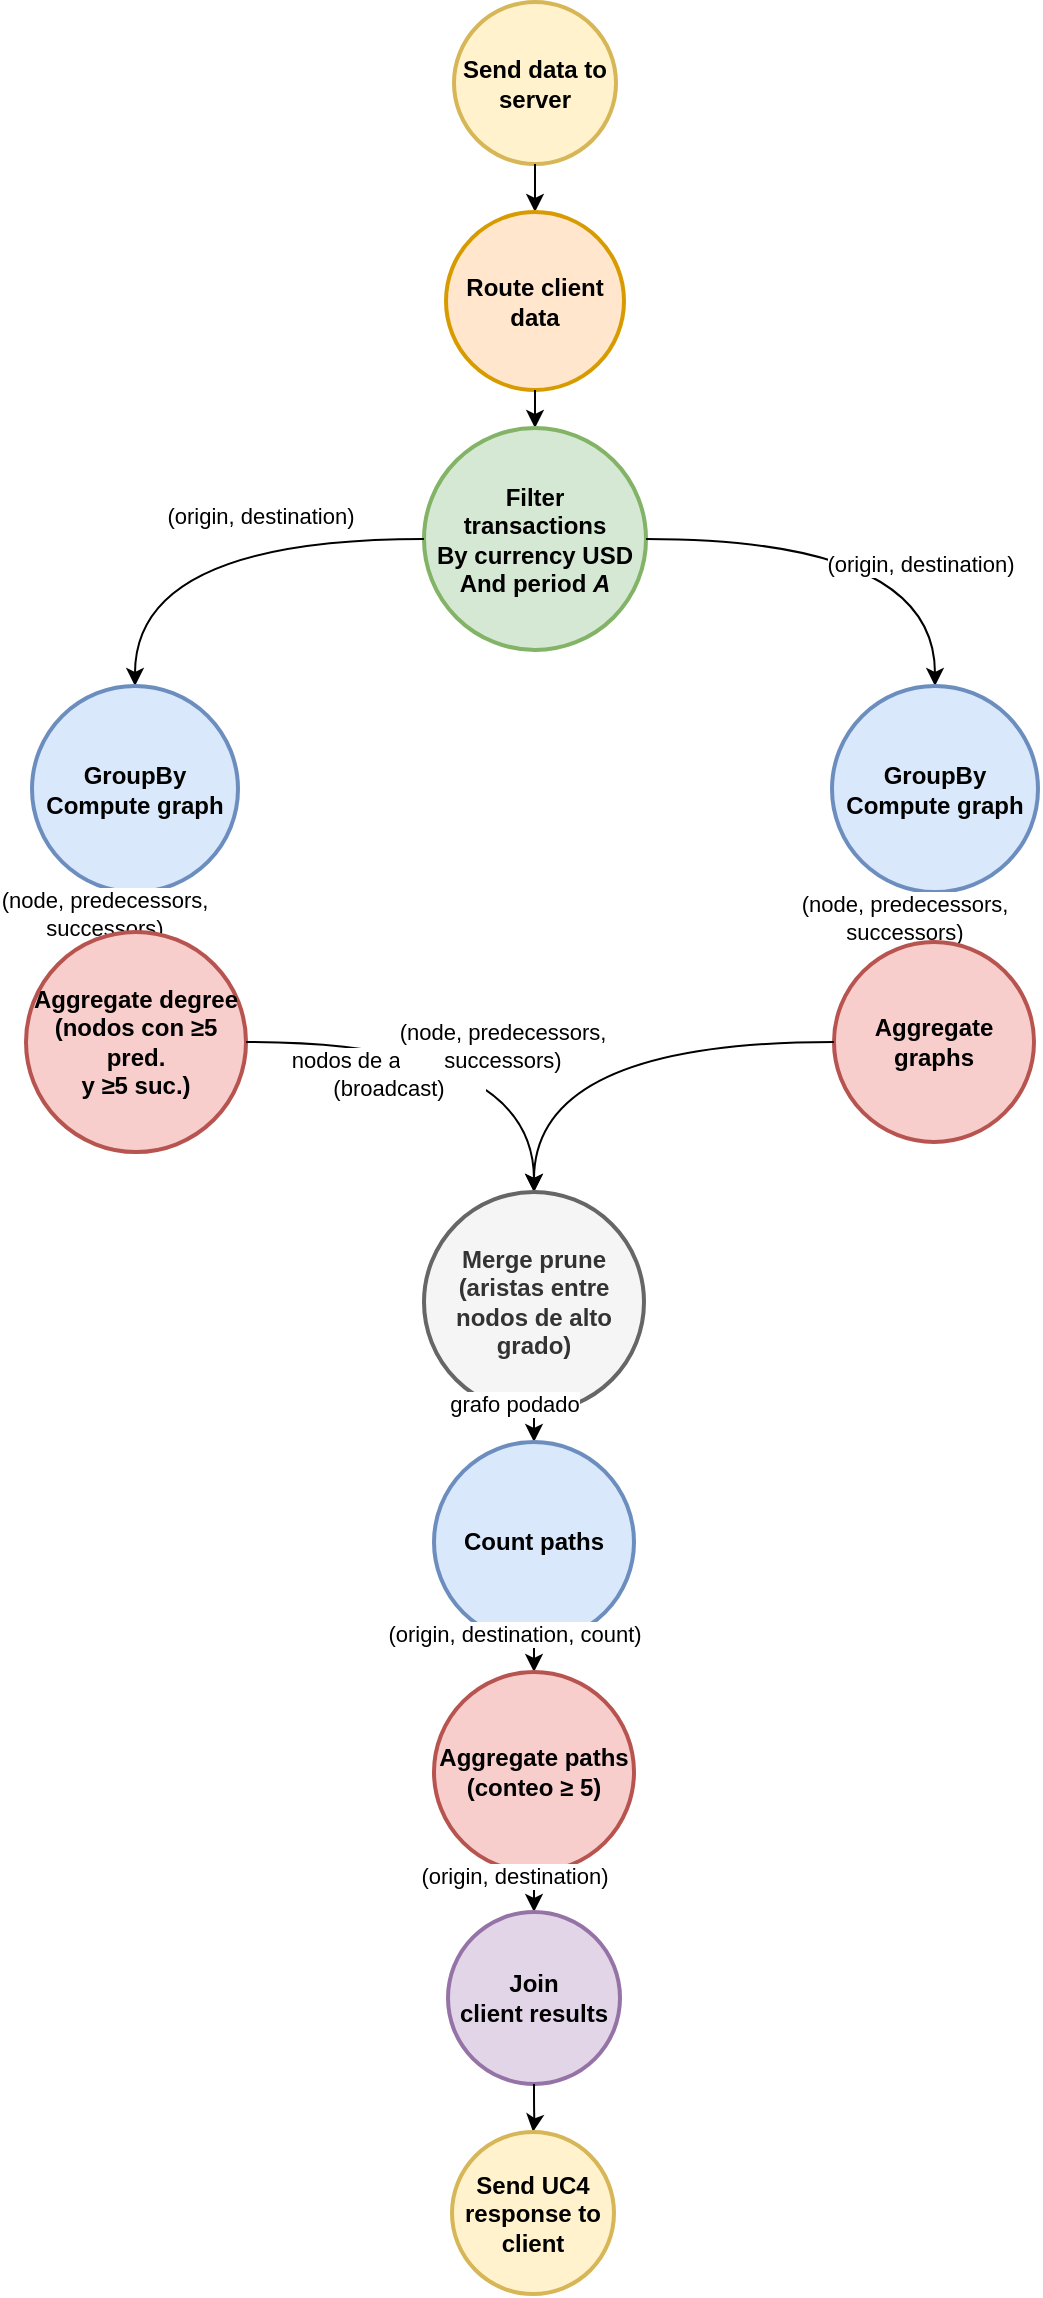
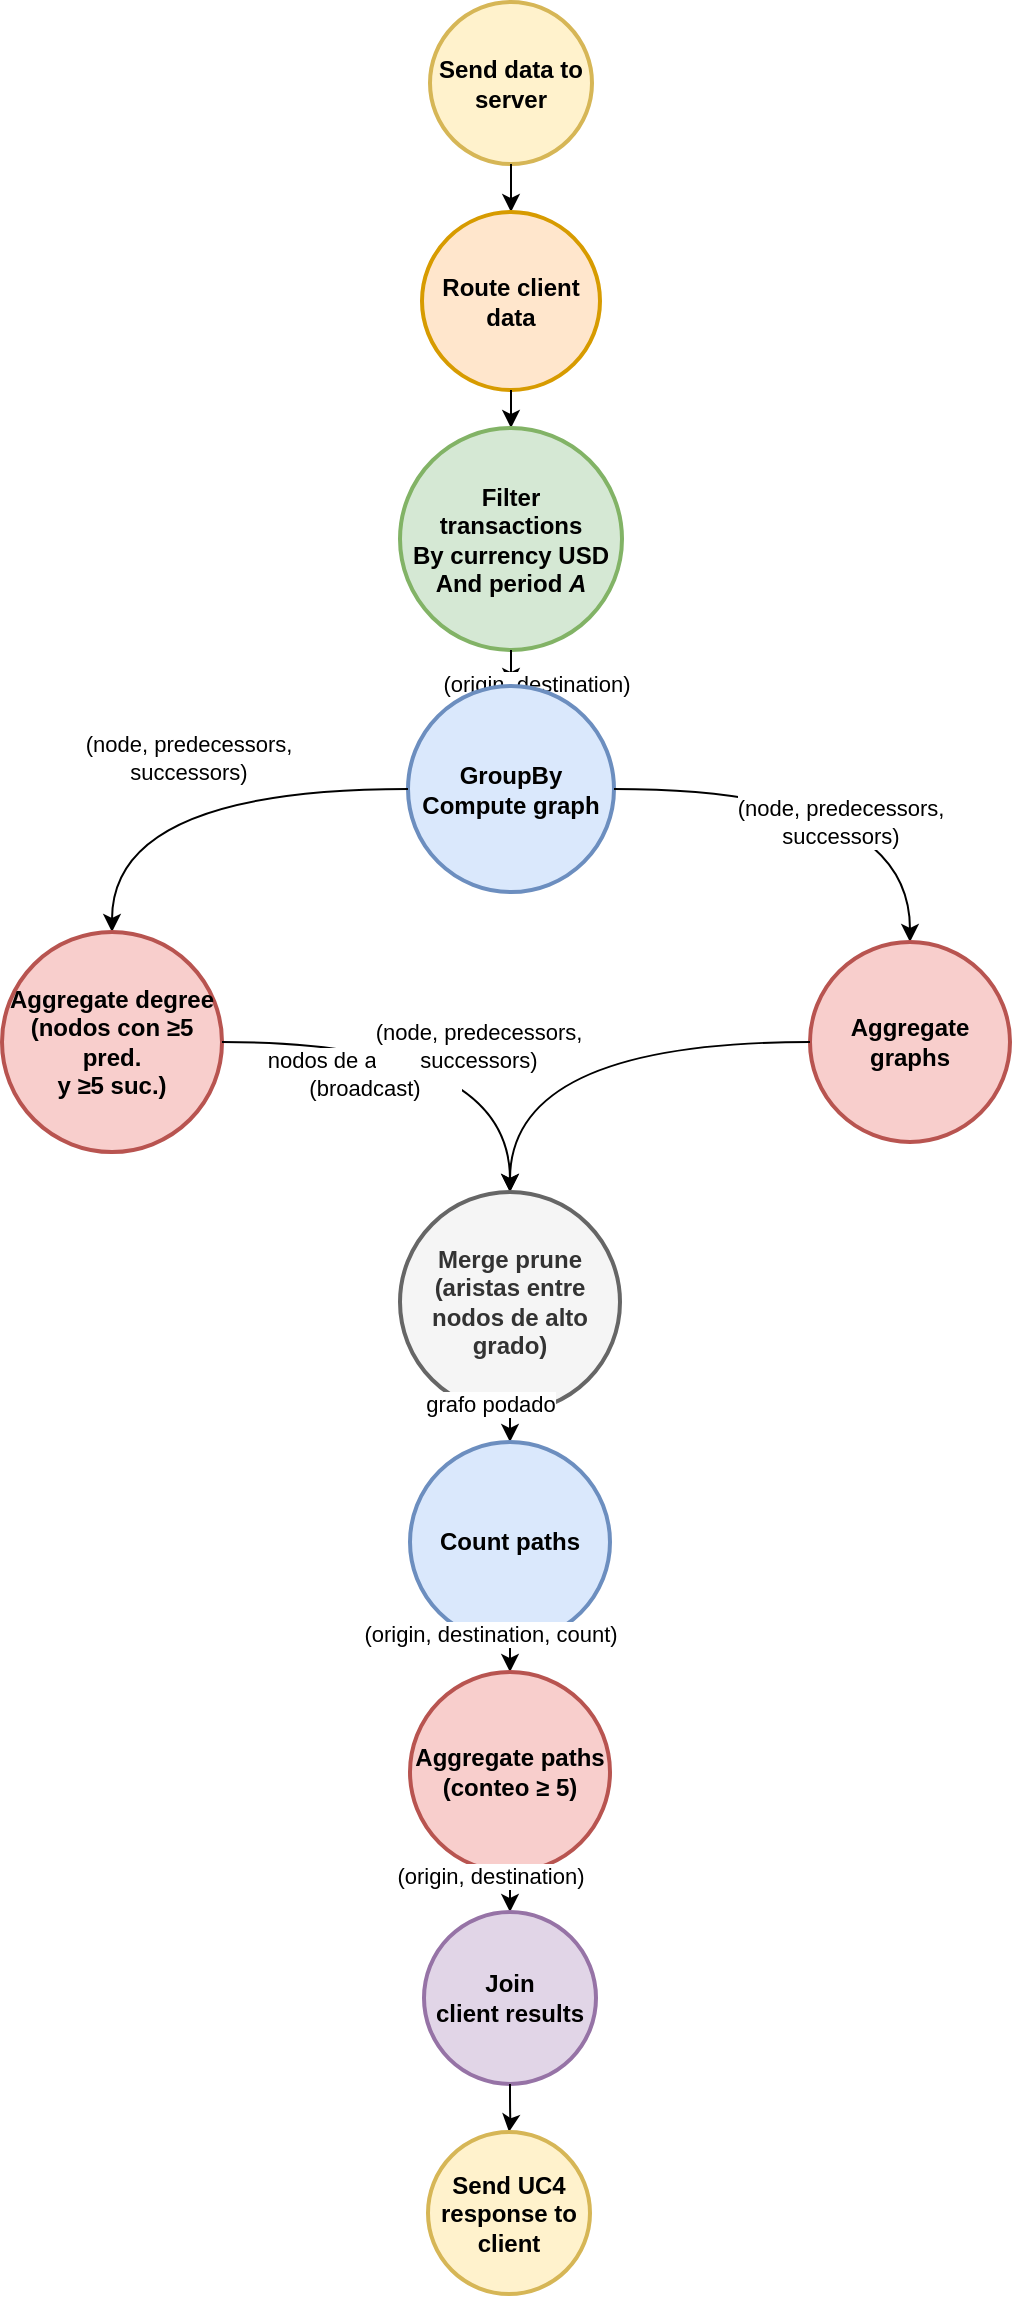
<mxfile host="Electron" version="29.6.1">
  <diagram name="cluster-16" id="cluster-16">
    <mxGraphModel dx="-2990" dy="4608" grid="1" gridSize="10" guides="1" tooltips="1" connect="1" arrows="1" fold="1" page="0" pageScale="1" pageWidth="850" pageHeight="1100" math="0" shadow="0">
      <root>
        <mxCell id="0" />
        <mxCell id="1" parent="0" />


        <mxCell id="u4d-n1" parent="1" style="ellipse;whiteSpace=wrap;html=1;aspect=fixed;strokeWidth=2;fillColor=#fff2cc;strokeColor=#d6b656;fontStyle=1;" value="Send data to&lt;div&gt;server&lt;/div&gt;" vertex="1">
          <mxGeometry height="81" width="81" x="234.00" y="20.00" as="geometry" />
        </mxCell>


        <mxCell id="u4d-e1" edge="1" parent="1" source="u4d-n1" target="u4d-n2" style="edgeStyle=orthogonalEdgeStyle;shape=connector;curved=1;rounded=0;orthogonalLoop=1;jettySize=auto;html=1;strokeColor=default;align=center;verticalAlign=middle;fontFamily=Helvetica;fontSize=11;fontColor=default;labelBackgroundColor=default;endArrow=classic;">
          <mxGeometry relative="1" as="geometry" />
        </mxCell>


        <mxCell id="u4d-n2" parent="1" style="ellipse;whiteSpace=wrap;html=1;aspect=fixed;strokeWidth=2;fillColor=#ffe6cc;strokeColor=#d79b00;fontStyle=1;" value="Route client&lt;div&gt;data&lt;/div&gt;" vertex="1">
          <mxGeometry height="89" width="89" x="230.00" y="125.00" as="geometry" />
        </mxCell>


        <mxCell id="u4d-e2" edge="1" parent="1" source="u4d-n2" target="u4d-n3" style="edgeStyle=orthogonalEdgeStyle;shape=connector;curved=1;rounded=0;orthogonalLoop=1;jettySize=auto;html=1;strokeColor=default;align=center;verticalAlign=middle;fontFamily=Helvetica;fontSize=11;fontColor=default;labelBackgroundColor=default;endArrow=classic;">
          <mxGeometry relative="1" as="geometry" />
        </mxCell>


        <mxCell id="u4d-n3" parent="1" style="ellipse;whiteSpace=wrap;html=1;aspect=fixed;strokeWidth=2;fillColor=#d5e8d4;strokeColor=#82b366;fontStyle=1;" value="&lt;b&gt;Filter&lt;/b&gt;&lt;div&gt;transactions&lt;/div&gt;&lt;div&gt;&lt;b&gt;By&lt;/b&gt; currency USD&lt;/div&gt;&lt;div&gt;&lt;b&gt;And&lt;/b&gt; period &lt;i&gt;A&lt;/i&gt;&lt;/div&gt;" vertex="1">
          <mxGeometry height="111" width="111" x="219.00" y="233.00" as="geometry" />
        </mxCell>


-         <mxCell id="u4d-e3a" edge="1" parent="1" source="u4d-n3" target="u4d-n4a" style="edgeStyle=orthogonalEdgeStyle;shape=connector;curved=1;rounded=0;orthogonalLoop=1;jettySize=auto;html=1;strokeColor=default;align=center;verticalAlign=middle;fontFamily=Helvetica;fontSize=11;fontColor=default;labelBackgroundColor=default;endArrow=classic;">
+         <mxCell id="u4d-e3a" edge="1" parent="1" source="u4d-n3" target="u4d-n4" style="edgeStyle=orthogonalEdgeStyle;shape=connector;curved=1;rounded=0;orthogonalLoop=1;jettySize=auto;html=1;strokeColor=default;align=center;verticalAlign=middle;fontFamily=Helvetica;fontSize=11;fontColor=default;labelBackgroundColor=default;endArrow=classic;">
          <mxGeometry relative="1" as="geometry" />
        </mxCell>
        <mxCell id="u4d-e3a-lbl" connectable="0" parent="u4d-e3a" style="edgeLabel;html=1;align=center;verticalAlign=middle;resizable=0;points=[];fontFamily=Helvetica;fontSize=11;fontColor=default;labelBackgroundColor=default;" value="(origin, destination)" vertex="1">
          <mxGeometry relative="1" x="-0.25" y="-12" as="geometry"><mxPoint as="offset" /></mxGeometry>
        </mxCell>


-         <mxCell id="u4d-e3b" edge="1" parent="1" source="u4d-n3" target="u4d-n4b" style="edgeStyle=orthogonalEdgeStyle;shape=connector;curved=1;rounded=0;orthogonalLoop=1;jettySize=auto;html=1;strokeColor=default;align=center;verticalAlign=middle;fontFamily=Helvetica;fontSize=11;fontColor=default;labelBackgroundColor=default;endArrow=classic;">
-           <mxGeometry relative="1" as="geometry" />
-         </mxCell>
-         <mxCell id="u4d-e3b-lbl" connectable="0" parent="u4d-e3b" style="edgeLabel;html=1;align=center;verticalAlign=middle;resizable=0;points=[];fontFamily=Helvetica;fontSize=11;fontColor=default;labelBackgroundColor=default;" value="(origin, destination)" vertex="1">
-           <mxGeometry relative="1" x="0.25" y="-12" as="geometry"><mxPoint as="offset" /></mxGeometry>
+         <mxCell id="u4d-n4" parent="1" style="ellipse;whiteSpace=wrap;html=1;aspect=fixed;strokeWidth=2;fillColor=#dae8fc;strokeColor=#6c8ebf;fontStyle=1;" value="&lt;b&gt;GroupBy&lt;/b&gt;&lt;div&gt;Compute graph&lt;/div&gt;" vertex="1">
+           <mxGeometry height="103" width="103" x="223.00" y="362.00" as="geometry" />
        </mxCell>


-         <mxCell id="u4d-n4a" parent="1" style="ellipse;whiteSpace=wrap;html=1;aspect=fixed;strokeWidth=2;fillColor=#dae8fc;strokeColor=#6c8ebf;fontStyle=1;" value="&lt;b&gt;GroupBy&lt;/b&gt;&lt;div&gt;Compute graph&lt;/div&gt;" vertex="1">
-           <mxGeometry height="103" width="103" x="23.00" y="362.00" as="geometry" />
-         </mxCell>
- 
- 
-         <mxCell id="u4d-n4b" parent="1" style="ellipse;whiteSpace=wrap;html=1;aspect=fixed;strokeWidth=2;fillColor=#dae8fc;strokeColor=#6c8ebf;fontStyle=1;" value="&lt;b&gt;GroupBy&lt;/b&gt;&lt;div&gt;Compute graph&lt;/div&gt;" vertex="1">
-           <mxGeometry height="103" width="103" x="423.00" y="362.00" as="geometry" />
-         </mxCell>
- 
- 
-         <mxCell id="u4d-e4a" edge="1" parent="1" source="u4d-n4a" target="u4d-n5a" style="edgeStyle=orthogonalEdgeStyle;shape=connector;curved=1;rounded=0;orthogonalLoop=1;jettySize=auto;html=1;strokeColor=default;align=center;verticalAlign=middle;fontFamily=Helvetica;fontSize=11;fontColor=default;labelBackgroundColor=default;endArrow=classic;">
+         <mxCell id="u4d-e4a" edge="1" parent="1" source="u4d-n4" target="u4d-n5a" style="edgeStyle=orthogonalEdgeStyle;shape=connector;curved=1;rounded=0;orthogonalLoop=1;jettySize=auto;html=1;strokeColor=default;align=center;verticalAlign=middle;fontFamily=Helvetica;fontSize=11;fontColor=default;labelBackgroundColor=default;endArrow=classic;">
          <mxGeometry relative="1" as="geometry" />
        </mxCell>
        <mxCell id="u4d-e4a-lbl" connectable="0" parent="u4d-e4a" style="edgeLabel;html=1;align=center;verticalAlign=middle;resizable=0;points=[];fontFamily=Helvetica;fontSize=11;fontColor=default;labelBackgroundColor=default;" value="(node, predecessors,&lt;div&gt;successors)&lt;/div&gt;" vertex="1">
          <mxGeometry relative="1" x="0" y="-16" as="geometry"><mxPoint as="offset" /></mxGeometry>
        </mxCell>


-         <mxCell id="u4d-e4b" edge="1" parent="1" source="u4d-n4b" target="u4d-n5b" style="edgeStyle=orthogonalEdgeStyle;shape=connector;curved=1;rounded=0;orthogonalLoop=1;jettySize=auto;html=1;strokeColor=default;align=center;verticalAlign=middle;fontFamily=Helvetica;fontSize=11;fontColor=default;labelBackgroundColor=default;endArrow=classic;">
+         <mxCell id="u4d-e4b" edge="1" parent="1" source="u4d-n4" target="u4d-n5b" style="edgeStyle=orthogonalEdgeStyle;shape=connector;curved=1;rounded=0;orthogonalLoop=1;jettySize=auto;html=1;strokeColor=default;align=center;verticalAlign=middle;fontFamily=Helvetica;fontSize=11;fontColor=default;labelBackgroundColor=default;endArrow=classic;">
          <mxGeometry relative="1" as="geometry" />
        </mxCell>
        <mxCell id="u4d-e4b-lbl" connectable="0" parent="u4d-e4b" style="edgeLabel;html=1;align=center;verticalAlign=middle;resizable=0;points=[];fontFamily=Helvetica;fontSize=11;fontColor=default;labelBackgroundColor=default;" value="(node, predecessors,&lt;div&gt;successors)&lt;/div&gt;" vertex="1">
          <mxGeometry relative="1" x="0" y="-16" as="geometry"><mxPoint as="offset" /></mxGeometry>
        </mxCell>


        <mxCell id="u4d-n5a" parent="1" style="ellipse;whiteSpace=wrap;html=1;aspect=fixed;strokeWidth=2;fillColor=#f8cecc;strokeColor=#b85450;fontStyle=1;" value="&lt;b&gt;Aggregate degree&lt;/b&gt;&lt;div&gt;(nodos con &amp;#8805;5 pred.&lt;/div&gt;&lt;div&gt;y &amp;#8805;5 suc.)&lt;/div&gt;" vertex="1">
          <mxGeometry height="110" width="110" x="20.00" y="485.00" as="geometry" />
        </mxCell>


        <mxCell id="u4d-n5b" parent="1" style="ellipse;whiteSpace=wrap;html=1;aspect=fixed;strokeWidth=2;fillColor=#f8cecc;strokeColor=#b85450;fontStyle=1;" value="&lt;b&gt;Aggregate&lt;/b&gt;&lt;div&gt;graphs&lt;/div&gt;" vertex="1">
          <mxGeometry height="100" width="100" x="424.00" y="490.00" as="geometry" />
        </mxCell>


        <mxCell id="u4d-e5a" edge="1" parent="1" source="u4d-n5a" target="u4d-n6" style="edgeStyle=orthogonalEdgeStyle;shape=connector;curved=1;rounded=0;orthogonalLoop=1;jettySize=auto;html=1;strokeColor=default;align=center;verticalAlign=middle;fontFamily=Helvetica;fontSize=11;fontColor=default;labelBackgroundColor=default;endArrow=classic;">
          <mxGeometry relative="1" as="geometry" />
        </mxCell>
        <mxCell id="u4d-e5a-lbl" connectable="0" parent="u4d-e5a" style="edgeLabel;html=1;align=center;verticalAlign=middle;resizable=0;points=[];fontFamily=Helvetica;fontSize=11;fontColor=default;labelBackgroundColor=default;" value="nodos de alto grado&lt;div&gt;(broadcast)&lt;/div&gt;" vertex="1">
          <mxGeometry relative="1" x="-0.35" y="-16" as="geometry"><mxPoint as="offset" /></mxGeometry>
        </mxCell>


        <mxCell id="u4d-e5b" edge="1" parent="1" source="u4d-n5b" target="u4d-n6" style="edgeStyle=orthogonalEdgeStyle;shape=connector;curved=1;rounded=0;orthogonalLoop=1;jettySize=auto;html=1;strokeColor=default;align=center;verticalAlign=middle;fontFamily=Helvetica;fontSize=11;fontColor=default;labelBackgroundColor=default;endArrow=classic;">
          <mxGeometry relative="1" as="geometry" />
        </mxCell>
        <mxCell id="u4d-e5b-lbl" connectable="0" parent="u4d-e5b" style="edgeLabel;html=1;align=center;verticalAlign=middle;resizable=0;points=[];fontFamily=Helvetica;fontSize=11;fontColor=default;labelBackgroundColor=default;" value="(node, predecessors,&lt;div&gt;successors)&lt;/div&gt;" vertex="1">
          <mxGeometry relative="1" x="0.35" y="-16" as="geometry"><mxPoint as="offset" /></mxGeometry>
        </mxCell>


        <mxCell id="u4d-n6" parent="1" style="ellipse;whiteSpace=wrap;html=1;aspect=fixed;strokeWidth=2;fillColor=#f5f5f5;strokeColor=#666666;fontColor=#333333;fontStyle=1;" value="&lt;b&gt;Merge prune&lt;/b&gt;&lt;div&gt;(aristas entre&lt;/div&gt;&lt;div&gt;nodos de alto grado)&lt;/div&gt;" vertex="1">
          <mxGeometry height="110" width="110" x="219.00" y="615.00" as="geometry" />
        </mxCell>


        <mxCell id="u4d-e6" edge="1" parent="1" source="u4d-n6" target="u4d-n7" style="edgeStyle=orthogonalEdgeStyle;shape=connector;curved=1;rounded=0;orthogonalLoop=1;jettySize=auto;html=1;strokeColor=default;align=center;verticalAlign=middle;fontFamily=Helvetica;fontSize=11;fontColor=default;labelBackgroundColor=default;endArrow=classic;">
          <mxGeometry relative="1" as="geometry" />
        </mxCell>
        <mxCell id="u4d-e6-lbl" connectable="0" parent="u4d-e6" style="edgeLabel;html=1;align=center;verticalAlign=middle;resizable=0;points=[];fontFamily=Helvetica;fontSize=11;fontColor=default;labelBackgroundColor=default;" value="grafo podado" vertex="1">
          <mxGeometry relative="1" x="0.4" y="-10" as="geometry"><mxPoint as="offset" /></mxGeometry>
        </mxCell>


        <mxCell id="u4d-n7" parent="1" style="ellipse;whiteSpace=wrap;html=1;aspect=fixed;strokeWidth=2;fillColor=#dae8fc;strokeColor=#6c8ebf;fontStyle=1;" value="&lt;b&gt;Count paths&lt;/b&gt;" vertex="1">
          <mxGeometry height="100" width="100" x="224.00" y="740.00" as="geometry" />
        </mxCell>


        <mxCell id="u4d-e7" edge="1" parent="1" source="u4d-n7" target="u4d-n8" style="edgeStyle=orthogonalEdgeStyle;shape=connector;curved=1;rounded=0;orthogonalLoop=1;jettySize=auto;html=1;strokeColor=default;align=center;verticalAlign=middle;fontFamily=Helvetica;fontSize=11;fontColor=default;labelBackgroundColor=default;endArrow=classic;">
          <mxGeometry relative="1" as="geometry" />
        </mxCell>
        <mxCell id="u4d-e7-lbl" connectable="0" parent="u4d-e7" style="edgeLabel;html=1;align=center;verticalAlign=middle;resizable=0;points=[];fontFamily=Helvetica;fontSize=11;fontColor=default;labelBackgroundColor=default;" value="(origin, destination, count)" vertex="1">
          <mxGeometry relative="1" x="0.4" y="-10" as="geometry"><mxPoint as="offset" /></mxGeometry>
        </mxCell>


        <mxCell id="u4d-n8" parent="1" style="ellipse;whiteSpace=wrap;html=1;aspect=fixed;strokeWidth=2;fillColor=#f8cecc;strokeColor=#b85450;fontStyle=1;" value="&lt;b&gt;Aggregate paths&lt;/b&gt;&lt;div&gt;(conteo &amp;#8805; 5)&lt;/div&gt;" vertex="1">
          <mxGeometry height="100" width="100" x="224.00" y="855.00" as="geometry" />
        </mxCell>


        <mxCell id="u4d-e8" edge="1" parent="1" source="u4d-n8" target="u4d-n9" style="edgeStyle=orthogonalEdgeStyle;shape=connector;curved=1;rounded=0;orthogonalLoop=1;jettySize=auto;html=1;strokeColor=default;align=center;verticalAlign=middle;fontFamily=Helvetica;fontSize=11;fontColor=default;labelBackgroundColor=default;endArrow=classic;">
          <mxGeometry relative="1" as="geometry" />
        </mxCell>
        <mxCell id="u4d-e8-lbl" connectable="0" parent="u4d-e8" style="edgeLabel;html=1;align=center;verticalAlign=middle;resizable=0;points=[];fontFamily=Helvetica;fontSize=11;fontColor=default;labelBackgroundColor=default;" value="(origin, destination)" vertex="1">
          <mxGeometry relative="1" x="0.4" y="-10" as="geometry"><mxPoint as="offset" /></mxGeometry>
        </mxCell>


        <mxCell id="u4d-n9" parent="1" style="ellipse;whiteSpace=wrap;html=1;aspect=fixed;strokeWidth=2;fillColor=#e1d5e7;strokeColor=#9673a6;fontStyle=1;" value="&lt;b&gt;Join&lt;/b&gt;&lt;div&gt;client results&lt;/div&gt;" vertex="1">
          <mxGeometry height="86" width="86" x="231.00" y="975.00" as="geometry" />
        </mxCell>


        <mxCell id="u4d-e9" edge="1" parent="1" source="u4d-n9" target="u4d-n10" style="edgeStyle=orthogonalEdgeStyle;shape=connector;curved=1;rounded=0;orthogonalLoop=1;jettySize=auto;html=1;strokeColor=default;align=center;verticalAlign=middle;fontFamily=Helvetica;fontSize=11;fontColor=default;labelBackgroundColor=default;endArrow=classic;">
          <mxGeometry relative="1" as="geometry" />
        </mxCell>


        <mxCell id="u4d-n10" parent="1" style="ellipse;whiteSpace=wrap;html=1;aspect=fixed;strokeWidth=2;fillColor=#fff2cc;strokeColor=#d6b656;fontStyle=1;" value="Send UC4 response to client" vertex="1">
          <mxGeometry height="81" width="81" x="233.00" y="1085.00" as="geometry" />
        </mxCell>

      </root>
    </mxGraphModel>
  </diagram>
</mxfile>